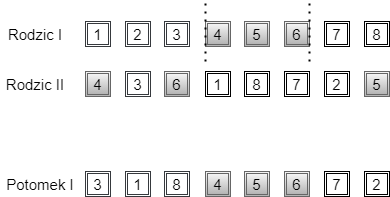
KamilLetowski/mgr keeps this draw.io diagram as grafika/krzyzowanie3.png. Above is the earlier version. Source tidied: cells renumbered, new cells last; positions are measured from the earlier drawing's top-left corner, leaving out a move shared by most shapes. The source it was exported from:
```xml
<mxGraphModel>
  <root>
    <mxCell id="0" />
    <mxCell id="1" parent="0" />
    <mxCell id="2" value="&lt;span style=&quot;font-size: 15px&quot;&gt;8&lt;/span&gt;" style="shape=ext;double=1;rounded=0;whiteSpace=wrap;html=1;" parent="1" vertex="1">
      <mxGeometry x="364" y="20" width="25" height="25" as="geometry" />
    </mxCell>
    <mxCell id="3" value="&lt;span style=&quot;font-size: 15px&quot;&gt;7&lt;/span&gt;" style="shape=ext;double=1;rounded=0;whiteSpace=wrap;html=1;" parent="1" vertex="1">
      <mxGeometry x="324" y="20" width="25" height="25" as="geometry" />
    </mxCell>
    <mxCell id="4" value="&lt;span style=&quot;font-size: 15px&quot;&gt;1&lt;/span&gt;" style="shape=ext;double=1;rounded=0;whiteSpace=wrap;html=1;strokeColor=#36393d;fillColor=#FFFFFF;" parent="1" vertex="1">
      <mxGeometry x="85" y="20" width="25" height="25" as="geometry" />
    </mxCell>
    <mxCell id="5" value="&lt;span style=&quot;font-size: 15px&quot;&gt;2&lt;/span&gt;" style="shape=ext;double=1;rounded=0;whiteSpace=wrap;html=1;strokeColor=#36393d;fillColor=#FFFFFF;" parent="1" vertex="1">
      <mxGeometry x="125" y="20" width="25" height="25" as="geometry" />
    </mxCell>
    <mxCell id="6" value="&lt;span style=&quot;font-size: 15px&quot;&gt;3&lt;/span&gt;" style="shape=ext;double=1;rounded=0;whiteSpace=wrap;html=1;strokeColor=#36393d;fillColor=#FFFFFF;" parent="1" vertex="1">
      <mxGeometry x="164" y="20" width="25" height="25" as="geometry" />
    </mxCell>
    <mxCell id="7" value="&lt;span style=&quot;font-size: 15px&quot;&gt;4&lt;/span&gt;" style="shape=ext;double=1;rounded=0;whiteSpace=wrap;html=1;strokeColor=#666666;fillColor=#f5f5f5;gradientColor=#b3b3b3;" parent="1" vertex="1">
      <mxGeometry x="205" y="20" width="25" height="25" as="geometry" />
    </mxCell>
    <mxCell id="8" value="&lt;span style=&quot;font-size: 15px&quot;&gt;5&lt;/span&gt;" style="shape=ext;double=1;rounded=0;whiteSpace=wrap;html=1;strokeColor=#666666;fillColor=#f5f5f5;gradientColor=#b3b3b3;" parent="1" vertex="1">
      <mxGeometry x="244" y="20" width="25" height="25" as="geometry" />
    </mxCell>
    <mxCell id="9" value="&lt;span style=&quot;font-size: 15px&quot;&gt;6&lt;/span&gt;" style="shape=ext;double=1;rounded=0;whiteSpace=wrap;html=1;strokeColor=#666666;fillColor=#f5f5f5;gradientColor=#b3b3b3;" parent="1" vertex="1">
      <mxGeometry x="284" y="20" width="25" height="25" as="geometry" />
    </mxCell>
    <mxCell id="10" value="&lt;span style=&quot;font-size: 15px&quot;&gt;5&lt;/span&gt;" style="shape=ext;double=1;rounded=0;whiteSpace=wrap;html=1;gradientColor=#b3b3b3;fillColor=#f5f5f5;strokeColor=#666666;" parent="1" vertex="1">
      <mxGeometry x="364" y="70" width="25" height="25" as="geometry" />
    </mxCell>
    <mxCell id="11" value="&lt;span style=&quot;font-size: 15px&quot;&gt;2&lt;/span&gt;" style="shape=ext;double=1;rounded=0;whiteSpace=wrap;html=1;" parent="1" vertex="1">
      <mxGeometry x="324" y="70" width="25" height="25" as="geometry" />
    </mxCell>
    <mxCell id="12" value="&lt;span style=&quot;font-size: 15px&quot;&gt;4&lt;/span&gt;" style="shape=ext;double=1;rounded=0;whiteSpace=wrap;html=1;strokeColor=#666666;fillColor=#f5f5f5;gradientColor=#b3b3b3;" parent="1" vertex="1">
      <mxGeometry x="85" y="70" width="25" height="25" as="geometry" />
    </mxCell>
    <mxCell id="13" value="&lt;span style=&quot;font-size: 15px&quot;&gt;3&lt;/span&gt;" style="shape=ext;double=1;rounded=0;whiteSpace=wrap;html=1;strokeColor=#36393d;fillColor=#FFFFFF;" parent="1" vertex="1">
      <mxGeometry x="125" y="70" width="25" height="25" as="geometry" />
    </mxCell>
    <mxCell id="14" value="&lt;span style=&quot;font-size: 15px&quot;&gt;6&lt;/span&gt;" style="shape=ext;double=1;rounded=0;whiteSpace=wrap;html=1;strokeColor=#666666;fillColor=#f5f5f5;gradientColor=#b3b3b3;" parent="1" vertex="1">
      <mxGeometry x="164" y="70" width="25" height="25" as="geometry" />
    </mxCell>
    <mxCell id="15" value="&lt;span style=&quot;font-size: 15px&quot;&gt;1&lt;/span&gt;" style="shape=ext;double=1;rounded=0;whiteSpace=wrap;html=1;" parent="1" vertex="1">
      <mxGeometry x="205" y="70" width="25" height="25" as="geometry" />
    </mxCell>
    <mxCell id="16" value="&lt;span style=&quot;font-size: 15px&quot;&gt;8&lt;/span&gt;" style="shape=ext;double=1;rounded=0;whiteSpace=wrap;html=1;" parent="1" vertex="1">
      <mxGeometry x="244" y="70" width="25" height="25" as="geometry" />
    </mxCell>
    <mxCell id="17" value="&lt;span style=&quot;font-size: 15px&quot;&gt;7&lt;/span&gt;" style="shape=ext;double=1;rounded=0;whiteSpace=wrap;html=1;" parent="1" vertex="1">
      <mxGeometry x="284" y="70" width="25" height="25" as="geometry" />
    </mxCell>
    <mxCell id="18" value="&lt;font style=&quot;font-size: 15px&quot;&gt;Rodzic I&lt;/font&gt;" style="text;html=1;strokeColor=none;fillColor=none;align=center;verticalAlign=middle;whiteSpace=wrap;rounded=0;" parent="1" vertex="1">
      <mxGeometry y="22.5" width="70" height="20" as="geometry" />
    </mxCell>
    <mxCell id="19" value="&lt;font style=&quot;font-size: 15px&quot;&gt;Rodzic II&lt;/font&gt;" style="text;html=1;strokeColor=none;fillColor=none;align=center;verticalAlign=middle;whiteSpace=wrap;rounded=0;" parent="1" vertex="1">
      <mxGeometry y="72.5" width="70" height="20" as="geometry" />
    </mxCell>
    <mxCell id="20" value="&lt;span style=&quot;font-size: 15px&quot;&gt;2&lt;/span&gt;" style="shape=ext;double=1;rounded=0;whiteSpace=wrap;html=1;" parent="1" vertex="1">
      <mxGeometry x="364" y="170" width="25" height="25" as="geometry" />
    </mxCell>
    <mxCell id="21" value="&lt;span style=&quot;font-size: 15px&quot;&gt;7&lt;/span&gt;" style="shape=ext;double=1;rounded=0;whiteSpace=wrap;html=1;" parent="1" vertex="1">
      <mxGeometry x="324" y="170" width="25" height="25" as="geometry" />
    </mxCell>
    <mxCell id="22" value="&lt;span style=&quot;font-size: 15px&quot;&gt;3&lt;/span&gt;" style="shape=ext;double=1;rounded=0;whiteSpace=wrap;html=1;strokeColor=#36393d;fillColor=#FFFFFF;" parent="1" vertex="1">
      <mxGeometry x="85" y="170" width="25" height="25" as="geometry" />
    </mxCell>
    <mxCell id="23" value="&lt;span style=&quot;font-size: 15px&quot;&gt;1&lt;/span&gt;" style="shape=ext;double=1;rounded=0;whiteSpace=wrap;html=1;strokeColor=#36393d;fillColor=#FFFFFF;" parent="1" vertex="1">
      <mxGeometry x="125" y="170" width="25" height="25" as="geometry" />
    </mxCell>
    <mxCell id="24" value="&lt;span style=&quot;font-size: 15px&quot;&gt;8&lt;/span&gt;" style="shape=ext;double=1;rounded=0;whiteSpace=wrap;html=1;strokeColor=#36393d;fillColor=#FFFFFF;" parent="1" vertex="1">
      <mxGeometry x="164" y="170" width="25" height="25" as="geometry" />
    </mxCell>
    <mxCell id="25" value="&lt;span style=&quot;font-size: 15px&quot;&gt;4&lt;/span&gt;" style="shape=ext;double=1;rounded=0;whiteSpace=wrap;html=1;strokeColor=#666666;fillColor=#f5f5f5;gradientColor=#b3b3b3;" parent="1" vertex="1">
      <mxGeometry x="205" y="170" width="25" height="25" as="geometry" />
    </mxCell>
    <mxCell id="26" value="&lt;span style=&quot;font-size: 15px&quot;&gt;5&lt;/span&gt;" style="shape=ext;double=1;rounded=0;whiteSpace=wrap;html=1;strokeColor=#666666;fillColor=#f5f5f5;gradientColor=#b3b3b3;" parent="1" vertex="1">
      <mxGeometry x="244" y="170" width="25" height="25" as="geometry" />
    </mxCell>
    <mxCell id="27" value="&lt;span style=&quot;font-size: 15px&quot;&gt;6&lt;/span&gt;" style="shape=ext;double=1;rounded=0;whiteSpace=wrap;html=1;strokeColor=#666666;fillColor=#f5f5f5;gradientColor=#b3b3b3;" parent="1" vertex="1">
      <mxGeometry x="284" y="170" width="25" height="25" as="geometry" />
    </mxCell>
    <mxCell id="28" value="&lt;font style=&quot;font-size: 15px&quot;&gt;Potomek I&lt;/font&gt;" style="text;html=1;strokeColor=none;fillColor=none;align=center;verticalAlign=middle;whiteSpace=wrap;rounded=0;" parent="1" vertex="1">
      <mxGeometry x="5" y="172.5" width="70" height="20" as="geometry" />
    </mxCell>
    <mxCell id="29" style="endArrow=none;dashed=1;html=1;dashPattern=1 3;strokeWidth=2;" parent="1" edge="1">
      <mxGeometry relative="1" as="geometry">
        <mxPoint x="205" y="60" as="sourcePoint" />
        <mxPoint x="205" as="targetPoint" />
      </mxGeometry>
    </mxCell>
    <mxCell id="30" style="endArrow=none;dashed=1;html=1;dashPattern=1 3;strokeWidth=2;" parent="1" edge="1">
      <mxGeometry relative="1" as="geometry">
        <mxPoint x="309" y="60" as="sourcePoint" />
        <mxPoint x="309" as="targetPoint" />
      </mxGeometry>
    </mxCell>
  </root>
</mxGraphModel>
```
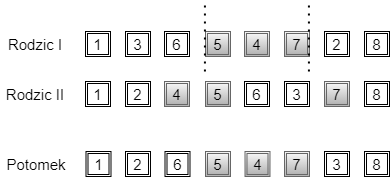
After the commit.

Diff of the diagram source:
```diff
@@ -5,95 +5,101 @@
     <mxCell id="2" value="&lt;span style=&quot;font-size: 15px&quot;&gt;8&lt;/span&gt;" style="shape=ext;double=1;rounded=0;whiteSpace=wrap;html=1;" parent="1" vertex="1">
       <mxGeometry x="364" y="20" width="25" height="25" as="geometry" />
     </mxCell>
-    <mxCell id="3" value="&lt;span style=&quot;font-size: 15px&quot;&gt;7&lt;/span&gt;" style="shape=ext;double=1;rounded=0;whiteSpace=wrap;html=1;" parent="1" vertex="1">
-      <mxGeometry x="324" y="20" width="25" height="25" as="geometry" />
-    </mxCell>
-    <mxCell id="4" value="&lt;span style=&quot;font-size: 15px&quot;&gt;1&lt;/span&gt;" style="shape=ext;double=1;rounded=0;whiteSpace=wrap;html=1;strokeColor=#36393d;fillColor=#FFFFFF;" parent="1" vertex="1">
-      <mxGeometry x="85" y="20" width="25" height="25" as="geometry" />
-    </mxCell>
+    <mxCell id="31" value="&lt;span style=&quot;font-size: 15px&quot;&gt;2&lt;/span&gt;" style="shape=ext;double=1;rounded=0;whiteSpace=wrap;html=1;" parent="1" vertex="1">
+      <mxGeometry x="324" y="20" width="25" height="25" as="geometry" />
+    </mxCell>
+    <mxCell id="32" value="&lt;span style=&quot;font-size: 15px&quot;&gt;1&lt;/span&gt;" style="shape=ext;double=1;rounded=0;whiteSpace=wrap;html=1;fillColor=none;" parent="1" vertex="1">
+      <mxGeometry x="85" y="20" width="25" height="25" as="geometry" />
+    </mxCell>
+    <mxCell id="33" value="&lt;span style=&quot;font-size: 15px&quot;&gt;3&lt;/span&gt;" style="shape=ext;double=1;rounded=0;whiteSpace=wrap;html=1;" parent="1" vertex="1">
+      <mxGeometry x="125" y="20" width="25" height="25" as="geometry" />
+    </mxCell>
+    <mxCell id="34" value="&lt;span style=&quot;font-size: 15px&quot;&gt;6&lt;/span&gt;" style="shape=ext;double=1;rounded=0;whiteSpace=wrap;html=1;" parent="1" vertex="1">
+      <mxGeometry x="164" y="20" width="25" height="25" as="geometry" />
+    </mxCell>
+    <mxCell id="35" value="&lt;span style=&quot;font-size: 15px&quot;&gt;5&lt;/span&gt;" style="shape=ext;double=1;rounded=0;whiteSpace=wrap;html=1;gradientColor=#b3b3b3;fillColor=#f5f5f5;strokeColor=#666666;" parent="1" vertex="1">
+      <mxGeometry x="205" y="20" width="25" height="25" as="geometry" />
+    </mxCell>
+    <mxCell id="36" value="&lt;span style=&quot;font-size: 15px&quot;&gt;4&lt;/span&gt;" style="shape=ext;double=1;rounded=0;whiteSpace=wrap;html=1;gradientColor=#b3b3b3;fillColor=#f5f5f5;strokeColor=#666666;" parent="1" vertex="1">
+      <mxGeometry x="244" y="20" width="25" height="25" as="geometry" />
+    </mxCell>
+    <mxCell id="37" value="&lt;span style=&quot;font-size: 15px&quot;&gt;8&lt;/span&gt;" style="shape=ext;double=1;rounded=0;whiteSpace=wrap;html=1;" parent="1" vertex="1">
+      <mxGeometry x="364" y="70" width="25" height="25" as="geometry" />
+    </mxCell>
+    <mxCell id="38" value="&lt;span style=&quot;font-size: 15px&quot;&gt;7&lt;/span&gt;" style="shape=ext;double=1;rounded=0;whiteSpace=wrap;html=1;gradientColor=#b3b3b3;fillColor=#f5f5f5;strokeColor=#666666;" parent="1" vertex="1">
+      <mxGeometry x="324" y="70" width="25" height="25" as="geometry" />
+    </mxCell>
+    <mxCell id="39" value="&lt;span style=&quot;font-size: 15px&quot;&gt;1&lt;/span&gt;" style="shape=ext;double=1;rounded=0;whiteSpace=wrap;html=1;" parent="1" vertex="1">
+      <mxGeometry x="85" y="70" width="25" height="25" as="geometry" />
+    </mxCell>
     <mxCell id="5" value="&lt;span style=&quot;font-size: 15px&quot;&gt;2&lt;/span&gt;" style="shape=ext;double=1;rounded=0;whiteSpace=wrap;html=1;strokeColor=#36393d;fillColor=#FFFFFF;" parent="1" vertex="1">
-      <mxGeometry x="125" y="20" width="25" height="25" as="geometry" />
+      <mxGeometry x="125" y="70" width="25" height="25" as="geometry" />
     </mxCell>
-    <mxCell id="6" value="&lt;span style=&quot;font-size: 15px&quot;&gt;3&lt;/span&gt;" style="shape=ext;double=1;rounded=0;whiteSpace=wrap;html=1;strokeColor=#36393d;fillColor=#FFFFFF;" parent="1" vertex="1">
-      <mxGeometry x="164" y="20" width="25" height="25" as="geometry" />
-    </mxCell>
-    <mxCell id="7" value="&lt;span style=&quot;font-size: 15px&quot;&gt;4&lt;/span&gt;" style="shape=ext;double=1;rounded=0;whiteSpace=wrap;html=1;strokeColor=#666666;fillColor=#f5f5f5;gradientColor=#b3b3b3;" parent="1" vertex="1">
-      <mxGeometry x="205" y="20" width="25" height="25" as="geometry" />
-    </mxCell>
-    <mxCell id="8" value="&lt;span style=&quot;font-size: 15px&quot;&gt;5&lt;/span&gt;" style="shape=ext;double=1;rounded=0;whiteSpace=wrap;html=1;strokeColor=#666666;fillColor=#f5f5f5;gradientColor=#b3b3b3;" parent="1" vertex="1">
-      <mxGeometry x="244" y="20" width="25" height="25" as="geometry" />
-    </mxCell>
-    <mxCell id="9" value="&lt;span style=&quot;font-size: 15px&quot;&gt;6&lt;/span&gt;" style="shape=ext;double=1;rounded=0;whiteSpace=wrap;html=1;strokeColor=#666666;fillColor=#f5f5f5;gradientColor=#b3b3b3;" parent="1" vertex="1">
-      <mxGeometry x="284" y="20" width="25" height="25" as="geometry" />
-    </mxCell>
-    <mxCell id="10" value="&lt;span style=&quot;font-size: 15px&quot;&gt;5&lt;/span&gt;" style="shape=ext;double=1;rounded=0;whiteSpace=wrap;html=1;gradientColor=#b3b3b3;fillColor=#f5f5f5;strokeColor=#666666;" parent="1" vertex="1">
-      <mxGeometry x="364" y="70" width="25" height="25" as="geometry" />
-    </mxCell>
-    <mxCell id="11" value="&lt;span style=&quot;font-size: 15px&quot;&gt;2&lt;/span&gt;" style="shape=ext;double=1;rounded=0;whiteSpace=wrap;html=1;" parent="1" vertex="1">
-      <mxGeometry x="324" y="70" width="25" height="25" as="geometry" />
-    </mxCell>
-    <mxCell id="12" value="&lt;span style=&quot;font-size: 15px&quot;&gt;4&lt;/span&gt;" style="shape=ext;double=1;rounded=0;whiteSpace=wrap;html=1;strokeColor=#666666;fillColor=#f5f5f5;gradientColor=#b3b3b3;" parent="1" vertex="1">
-      <mxGeometry x="85" y="70" width="25" height="25" as="geometry" />
-    </mxCell>
-    <mxCell id="13" value="&lt;span style=&quot;font-size: 15px&quot;&gt;3&lt;/span&gt;" style="shape=ext;double=1;rounded=0;whiteSpace=wrap;html=1;strokeColor=#36393d;fillColor=#FFFFFF;" parent="1" vertex="1">
-      <mxGeometry x="125" y="70" width="25" height="25" as="geometry" />
-    </mxCell>
-    <mxCell id="14" value="&lt;span style=&quot;font-size: 15px&quot;&gt;6&lt;/span&gt;" style="shape=ext;double=1;rounded=0;whiteSpace=wrap;html=1;strokeColor=#666666;fillColor=#f5f5f5;gradientColor=#b3b3b3;" parent="1" vertex="1">
-      <mxGeometry x="164" y="70" width="25" height="25" as="geometry" />
-    </mxCell>
-    <mxCell id="15" value="&lt;span style=&quot;font-size: 15px&quot;&gt;1&lt;/span&gt;" style="shape=ext;double=1;rounded=0;whiteSpace=wrap;html=1;" parent="1" vertex="1">
-      <mxGeometry x="205" y="70" width="25" height="25" as="geometry" />
-    </mxCell>
-    <mxCell id="16" value="&lt;span style=&quot;font-size: 15px&quot;&gt;8&lt;/span&gt;" style="shape=ext;double=1;rounded=0;whiteSpace=wrap;html=1;" parent="1" vertex="1">
-      <mxGeometry x="244" y="70" width="25" height="25" as="geometry" />
-    </mxCell>
-    <mxCell id="17" value="&lt;span style=&quot;font-size: 15px&quot;&gt;7&lt;/span&gt;" style="shape=ext;double=1;rounded=0;whiteSpace=wrap;html=1;" parent="1" vertex="1">
-      <mxGeometry x="284" y="70" width="25" height="25" as="geometry" />
-    </mxCell>
+    <mxCell id="40" value="&lt;span style=&quot;font-size: 15px&quot;&gt;4&lt;/span&gt;" style="shape=ext;double=1;rounded=0;whiteSpace=wrap;html=1;gradientColor=#b3b3b3;fillColor=#f5f5f5;strokeColor=#666666;" parent="1" vertex="1">
+      <mxGeometry x="164" y="70" width="25" height="25" as="geometry" />
+    </mxCell>
+    <mxCell id="41" value="&lt;span style=&quot;font-size: 15px&quot;&gt;5&lt;/span&gt;" style="shape=ext;double=1;rounded=0;whiteSpace=wrap;html=1;gradientColor=#b3b3b3;fillColor=#f5f5f5;strokeColor=#666666;" parent="1" vertex="1">
+      <mxGeometry x="205" y="70" width="25" height="25" as="geometry" />
+    </mxCell>
+    <mxCell id="42" value="&lt;span style=&quot;font-size: 15px&quot;&gt;6&lt;/span&gt;" style="shape=ext;double=1;rounded=0;whiteSpace=wrap;html=1;" parent="1" vertex="1">
+      <mxGeometry x="244" y="70" width="25" height="25" as="geometry" />
+    </mxCell>
+    <mxCell id="43" value="&lt;span style=&quot;font-size: 15px&quot;&gt;3&lt;/span&gt;" style="shape=ext;double=1;rounded=0;whiteSpace=wrap;html=1;" parent="1" vertex="1">
+      <mxGeometry x="284" y="70" width="25" height="25" as="geometry" />
+    </mxCell>
     <mxCell id="18" value="&lt;font style=&quot;font-size: 15px&quot;&gt;Rodzic I&lt;/font&gt;" style="text;html=1;strokeColor=none;fillColor=none;align=center;verticalAlign=middle;whiteSpace=wrap;rounded=0;" parent="1" vertex="1">
       <mxGeometry y="22.5" width="70" height="20" as="geometry" />
     </mxCell>
     <mxCell id="19" value="&lt;font style=&quot;font-size: 15px&quot;&gt;Rodzic II&lt;/font&gt;" style="text;html=1;strokeColor=none;fillColor=none;align=center;verticalAlign=middle;whiteSpace=wrap;rounded=0;" parent="1" vertex="1">
       <mxGeometry y="72.5" width="70" height="20" as="geometry" />
     </mxCell>
-    <mxCell id="20" value="&lt;span style=&quot;font-size: 15px&quot;&gt;2&lt;/span&gt;" style="shape=ext;double=1;rounded=0;whiteSpace=wrap;html=1;" parent="1" vertex="1">
-      <mxGeometry x="364" y="170" width="25" height="25" as="geometry" />
-    </mxCell>
-    <mxCell id="21" value="&lt;span style=&quot;font-size: 15px&quot;&gt;7&lt;/span&gt;" style="shape=ext;double=1;rounded=0;whiteSpace=wrap;html=1;" parent="1" vertex="1">
-      <mxGeometry x="324" y="170" width="25" height="25" as="geometry" />
-    </mxCell>
-    <mxCell id="22" value="&lt;span style=&quot;font-size: 15px&quot;&gt;3&lt;/span&gt;" style="shape=ext;double=1;rounded=0;whiteSpace=wrap;html=1;strokeColor=#36393d;fillColor=#FFFFFF;" parent="1" vertex="1">
-      <mxGeometry x="85" y="170" width="25" height="25" as="geometry" />
-    </mxCell>
-    <mxCell id="23" value="&lt;span style=&quot;font-size: 15px&quot;&gt;1&lt;/span&gt;" style="shape=ext;double=1;rounded=0;whiteSpace=wrap;html=1;strokeColor=#36393d;fillColor=#FFFFFF;" parent="1" vertex="1">
-      <mxGeometry x="125" y="170" width="25" height="25" as="geometry" />
-    </mxCell>
-    <mxCell id="24" value="&lt;span style=&quot;font-size: 15px&quot;&gt;8&lt;/span&gt;" style="shape=ext;double=1;rounded=0;whiteSpace=wrap;html=1;strokeColor=#36393d;fillColor=#FFFFFF;" parent="1" vertex="1">
-      <mxGeometry x="164" y="170" width="25" height="25" as="geometry" />
-    </mxCell>
-    <mxCell id="25" value="&lt;span style=&quot;font-size: 15px&quot;&gt;4&lt;/span&gt;" style="shape=ext;double=1;rounded=0;whiteSpace=wrap;html=1;strokeColor=#666666;fillColor=#f5f5f5;gradientColor=#b3b3b3;" parent="1" vertex="1">
-      <mxGeometry x="205" y="170" width="25" height="25" as="geometry" />
-    </mxCell>
-    <mxCell id="26" value="&lt;span style=&quot;font-size: 15px&quot;&gt;5&lt;/span&gt;" style="shape=ext;double=1;rounded=0;whiteSpace=wrap;html=1;strokeColor=#666666;fillColor=#f5f5f5;gradientColor=#b3b3b3;" parent="1" vertex="1">
-      <mxGeometry x="244" y="170" width="25" height="25" as="geometry" />
-    </mxCell>
-    <mxCell id="27" value="&lt;span style=&quot;font-size: 15px&quot;&gt;6&lt;/span&gt;" style="shape=ext;double=1;rounded=0;whiteSpace=wrap;html=1;strokeColor=#666666;fillColor=#f5f5f5;gradientColor=#b3b3b3;" parent="1" vertex="1">
-      <mxGeometry x="284" y="170" width="25" height="25" as="geometry" />
-    </mxCell>
-    <mxCell id="28" value="&lt;font style=&quot;font-size: 15px&quot;&gt;Potomek I&lt;/font&gt;" style="text;html=1;strokeColor=none;fillColor=none;align=center;verticalAlign=middle;whiteSpace=wrap;rounded=0;" parent="1" vertex="1">
-      <mxGeometry x="5" y="172.5" width="70" height="20" as="geometry" />
-    </mxCell>
-    <mxCell id="29" style="endArrow=none;dashed=1;html=1;dashPattern=1 3;strokeWidth=2;" parent="1" edge="1">
-      <mxGeometry relative="1" as="geometry">
-        <mxPoint x="205" y="60" as="sourcePoint" />
-        <mxPoint x="205" as="targetPoint" />
-      </mxGeometry>
-    </mxCell>
-    <mxCell id="30" style="endArrow=none;dashed=1;html=1;dashPattern=1 3;strokeWidth=2;" parent="1" edge="1">
-      <mxGeometry relative="1" as="geometry">
-        <mxPoint x="309" y="60" as="sourcePoint" />
-        <mxPoint x="309" as="targetPoint" />
-      </mxGeometry>
-    </mxCell>
+    <mxCell id="44" value="&lt;span style=&quot;font-size: 15px&quot;&gt;2&lt;/span&gt;" style="shape=ext;double=1;rounded=0;whiteSpace=wrap;html=1;" parent="1" vertex="1">
+      <mxGeometry x="125" y="70" width="25" height="25" as="geometry" />
+    </mxCell>
+    <mxCell id="45" value="&lt;span style=&quot;font-size: 15px&quot;&gt;3&lt;/span&gt;" style="shape=ext;double=1;rounded=0;whiteSpace=wrap;html=1;" parent="1" vertex="1">
+      <mxGeometry x="284" y="70" width="25" height="25" as="geometry" />
+    </mxCell>
+    <mxCell id="46" value="&lt;span style=&quot;font-size: 15px&quot;&gt;7&lt;/span&gt;" style="shape=ext;double=1;rounded=0;whiteSpace=wrap;html=1;gradientColor=#b3b3b3;fillColor=#f5f5f5;strokeColor=#666666;" parent="1" vertex="1">
+      <mxGeometry x="284" y="20" width="25" height="25" as="geometry" />
+    </mxCell>
+    <mxCell id="47" style="endArrow=none;dashed=1;html=1;dashPattern=1 3;strokeWidth=2;" parent="1" edge="1">
+      <mxGeometry relative="1" as="geometry">
+        <mxPoint x="204.4" y="60" as="sourcePoint" />
+        <mxPoint x="204.4" y="-10" as="targetPoint" />
+      </mxGeometry>
+    </mxCell>
+    <mxCell id="48" style="endArrow=none;dashed=1;html=1;dashPattern=1 3;strokeWidth=2;" parent="1" edge="1">
+      <mxGeometry relative="1" as="geometry">
+        <mxPoint x="308.4" y="60" as="sourcePoint" />
+        <mxPoint x="308.4" y="-10" as="targetPoint" />
+      </mxGeometry>
+    </mxCell>
+    <mxCell id="49" value="&lt;span style=&quot;font-size: 15px&quot;&gt;3&lt;/span&gt;" style="shape=ext;double=1;rounded=0;whiteSpace=wrap;html=1;" parent="1" vertex="1">
+      <mxGeometry x="324" y="140" width="25" height="25" as="geometry" />
+    </mxCell>
+    <mxCell id="50" value="&lt;span style=&quot;font-size: 15px&quot;&gt;2&lt;/span&gt;" style="shape=ext;double=1;rounded=0;whiteSpace=wrap;html=1;" parent="1" vertex="1">
+      <mxGeometry x="125" y="140" width="25" height="25" as="geometry" />
+    </mxCell>
+    <mxCell id="51" value="&lt;span style=&quot;font-size: 15px&quot;&gt;7&lt;/span&gt;" style="shape=ext;double=1;rounded=0;whiteSpace=wrap;html=1;gradientColor=#b3b3b3;fillColor=#f5f5f5;strokeColor=#666666;" parent="1" vertex="1">
+      <mxGeometry x="284" y="140" width="25" height="25" as="geometry" />
+    </mxCell>
+    <mxCell id="52" value="&lt;span style=&quot;font-size: 15px&quot;&gt;5&lt;/span&gt;" style="shape=ext;double=1;rounded=0;whiteSpace=wrap;html=1;gradientColor=#b3b3b3;fillColor=#f5f5f5;strokeColor=#666666;" parent="1" vertex="1">
+      <mxGeometry x="205" y="140" width="25" height="25" as="geometry" />
+    </mxCell>
+    <mxCell id="53" value="&lt;span style=&quot;font-size: 15px&quot;&gt;8&lt;/span&gt;" style="shape=ext;double=1;rounded=0;whiteSpace=wrap;html=1;" parent="1" vertex="1">
+      <mxGeometry x="364" y="140" width="25" height="25" as="geometry" />
+    </mxCell>
+    <mxCell id="54" value="&lt;span style=&quot;font-size: 15px&quot;&gt;1&lt;/span&gt;" style="shape=ext;double=1;rounded=0;whiteSpace=wrap;html=1;" parent="1" vertex="1">
+      <mxGeometry x="85.5" y="140" width="25" height="25" as="geometry" />
+    </mxCell>
+    <mxCell id="55" value="&lt;font style=&quot;font-size: 15px&quot;&gt;Potomek&lt;/font&gt;" style="text;html=1;strokeColor=none;fillColor=none;align=center;verticalAlign=middle;whiteSpace=wrap;rounded=0;" parent="1" vertex="1">
+      <mxGeometry x="0.5" y="142.5" width="70" height="20" as="geometry" />
+    </mxCell>
+    <mxCell id="56" value="&lt;span style=&quot;font-size: 15px&quot;&gt;6&lt;/span&gt;" style="shape=ext;double=1;rounded=0;whiteSpace=wrap;html=1;" parent="1" vertex="1">
+      <mxGeometry x="164.5" y="140" width="25" height="25" as="geometry" />
+    </mxCell>
+    <mxCell id="57" value="&lt;span style=&quot;font-size: 15px&quot;&gt;4&lt;/span&gt;" style="shape=ext;double=1;rounded=0;whiteSpace=wrap;html=1;gradientColor=#b3b3b3;fillColor=#f5f5f5;strokeColor=#666666;" parent="1" vertex="1">
+      <mxGeometry x="244.5" y="140" width="25" height="25" as="geometry" />
+    </mxCell>
   </root>
 </mxGraphModel>
```
